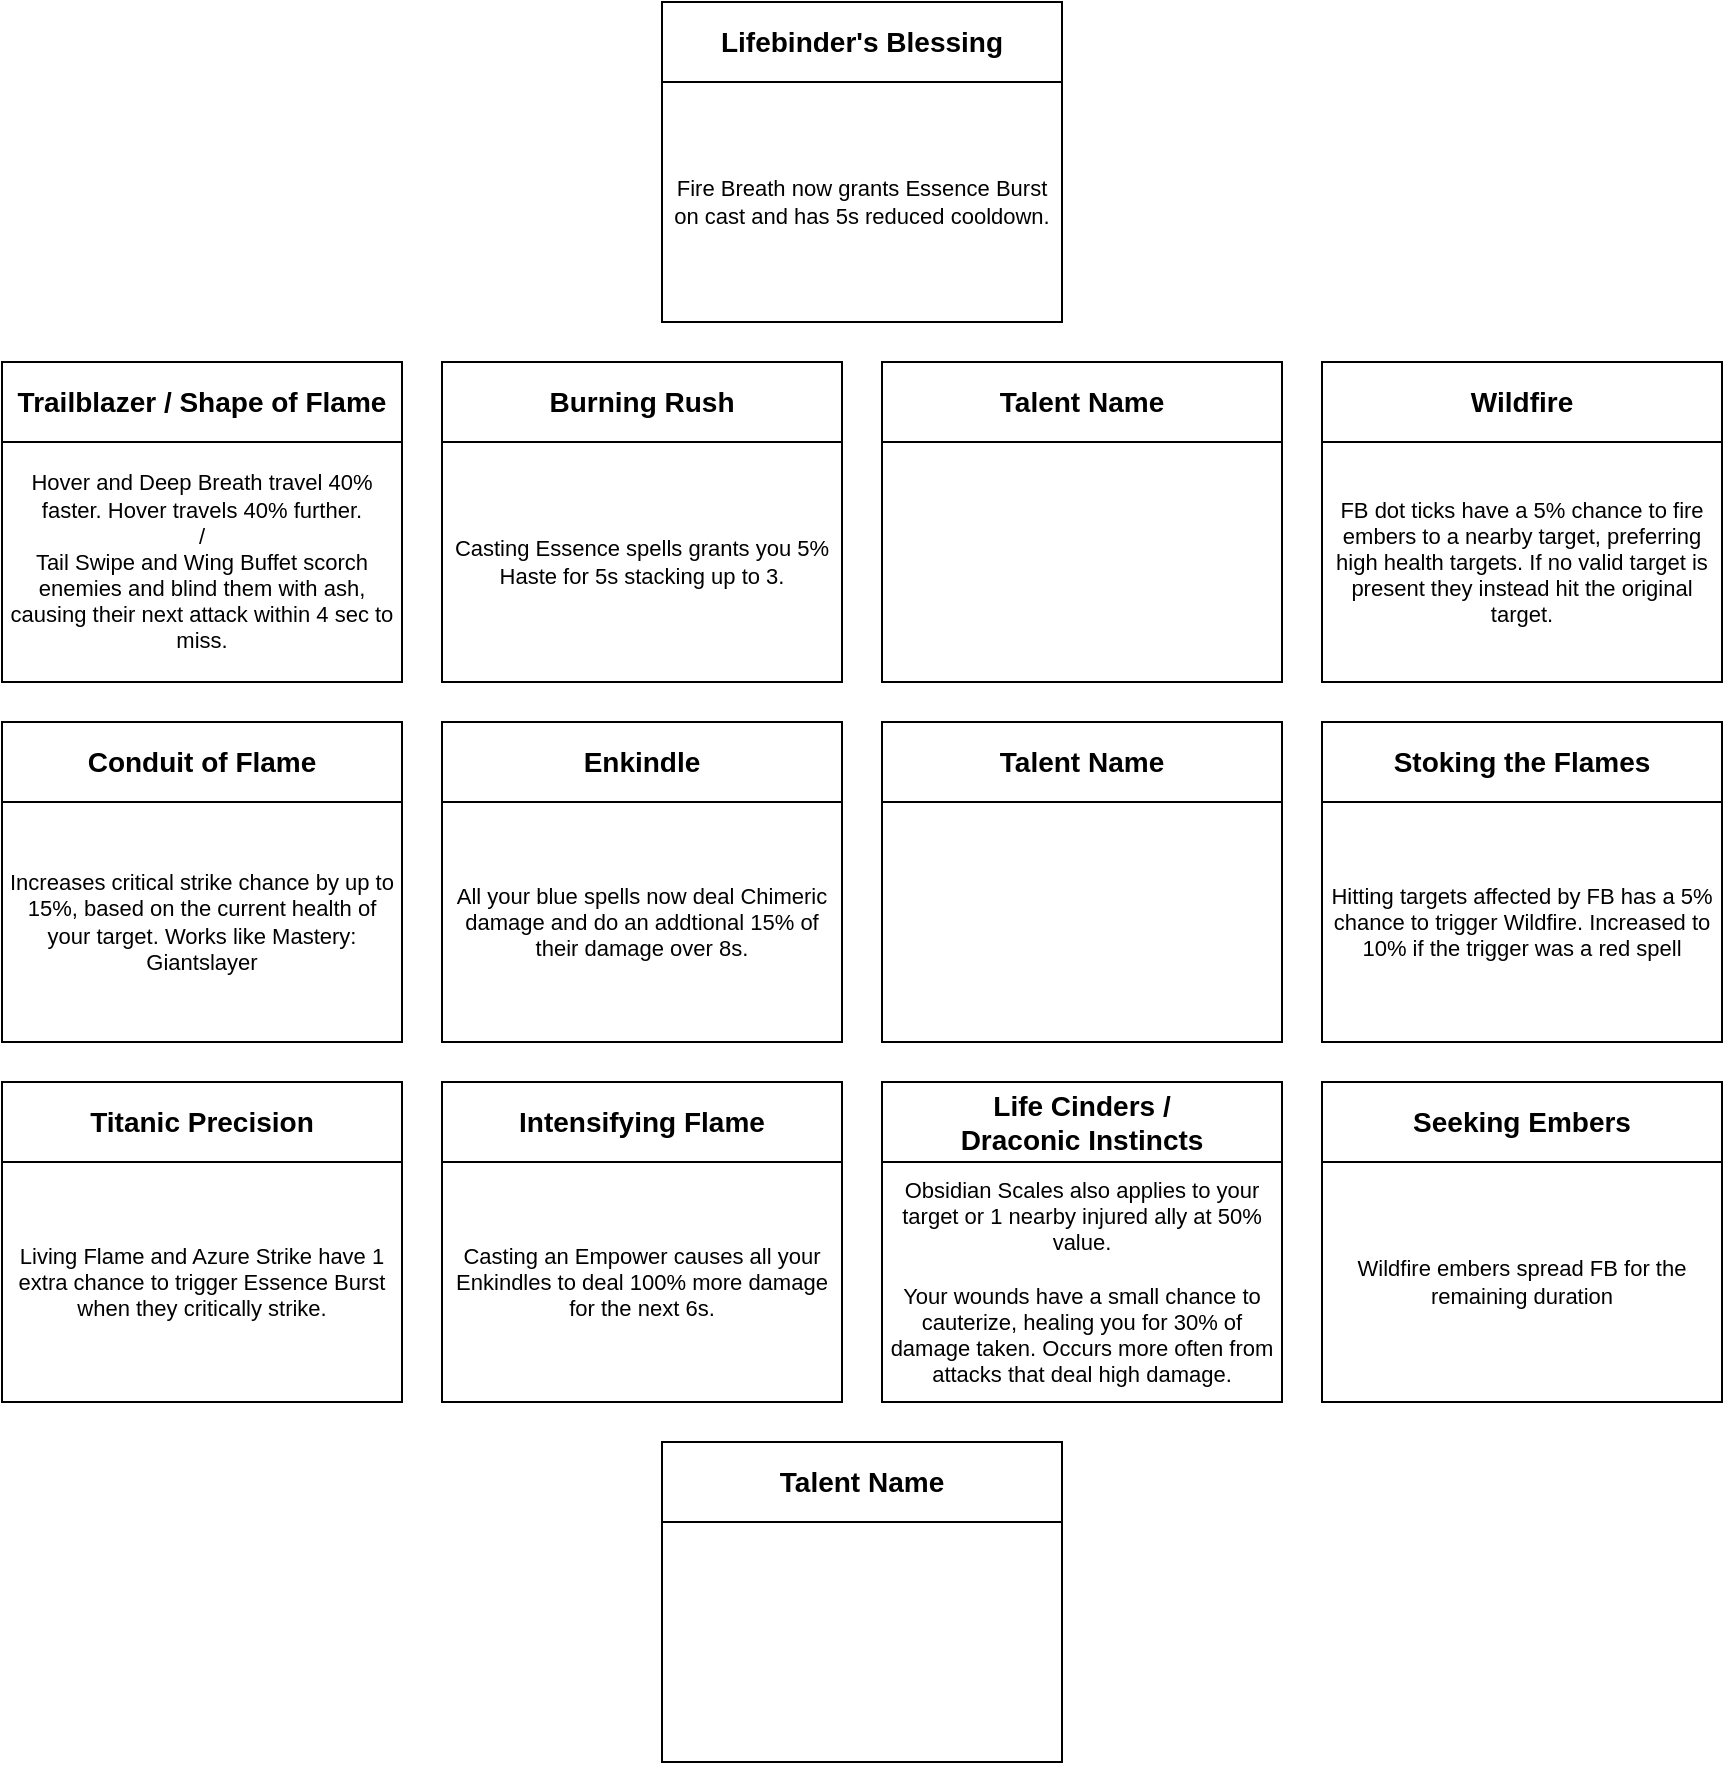
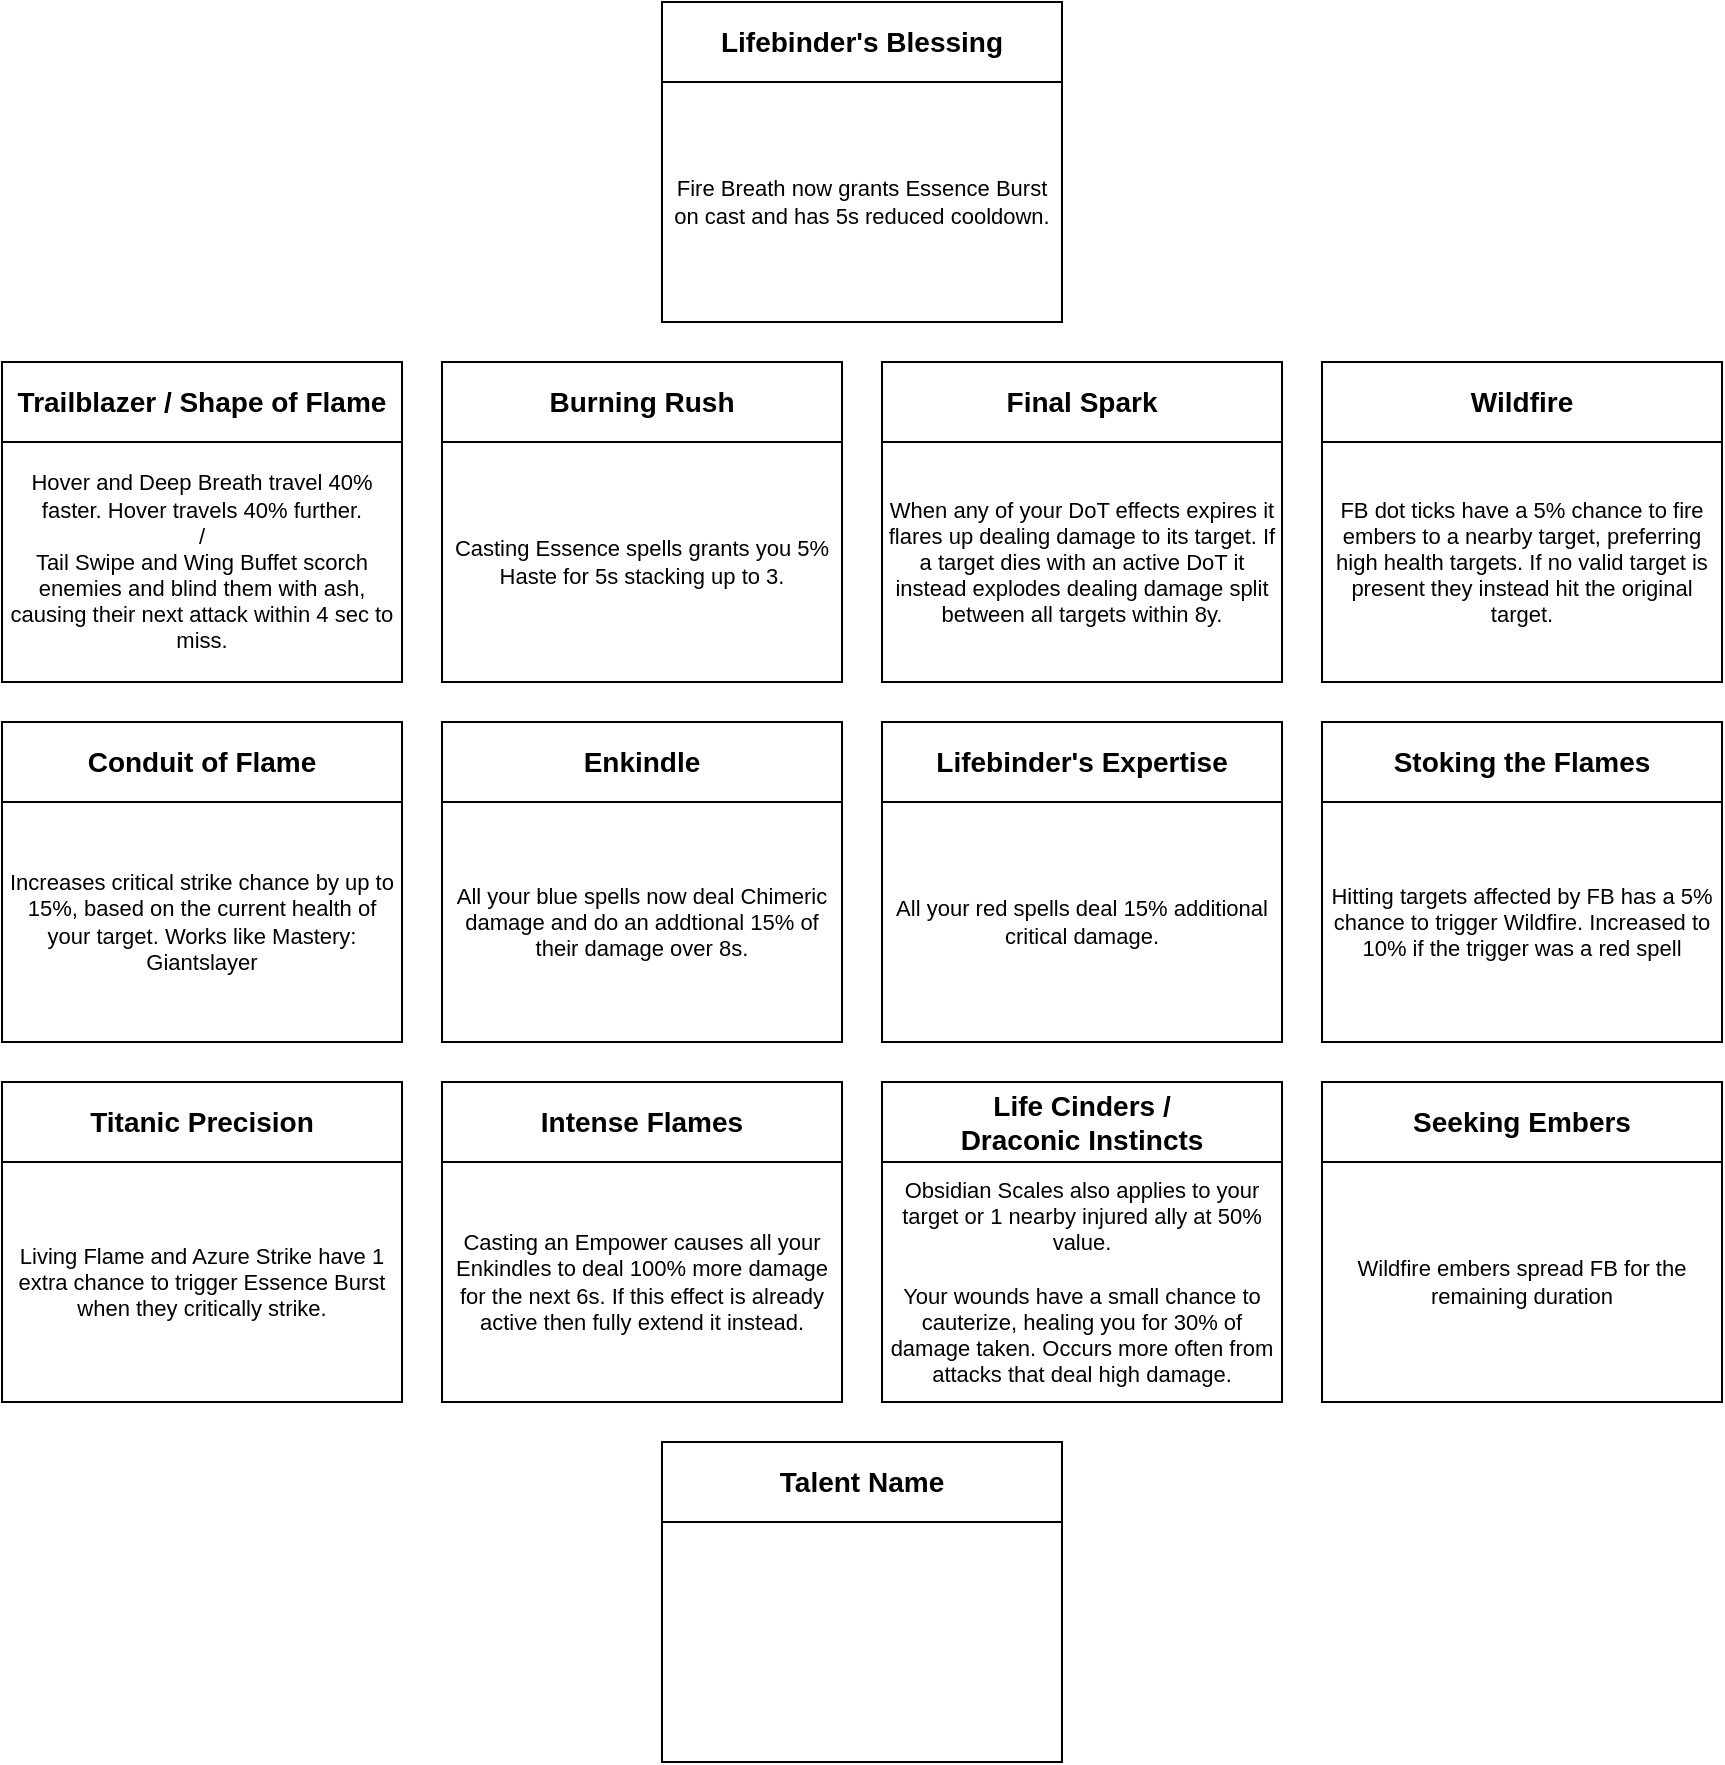
<mxfile host="app.diagrams.net" agent="Mozilla/5.0 (Windows NT 10.0; Win64; x64) AppleWebKit/537.36 (KHTML, like Gecko) Chrome/147.0.0.0 Safari/537.36 OPR/131.0.0.0" version="29.6.3">
  <diagram name="Page-1" id="7-C3C0MTsYJN3mklHAE3">
-     <mxGraphModel dx="1628" dy="898" grid="1" gridSize="10" guides="1" tooltips="1" connect="1" arrows="1" fold="1" page="1" pageScale="1" pageWidth="850" pageHeight="1100" math="0" shadow="0">
+     <mxGraphModel dx="1384" dy="763" grid="1" gridSize="10" guides="1" tooltips="1" connect="1" arrows="1" fold="1" page="1" pageScale="1" pageWidth="850" pageHeight="1100" math="0" shadow="0">
      <root>
        <mxCell id="0" />
        <mxCell id="1" parent="0" />
        <mxCell id="CbpXHZAzieputpjHQbmu-1" parent="1" style="rounded=0;whiteSpace=wrap;html=1;fontColor=light-dark(#000000,#00FF00);" value="&lt;b&gt;&lt;font style=&quot;font-size: 14px;&quot;&gt;Lifebinder&#39;s Blessing&lt;/font&gt;&lt;/b&gt;" vertex="1">
          <mxGeometry height="40" width="200" x="330" y="80" as="geometry" />
        </mxCell>
        <mxCell id="CbpXHZAzieputpjHQbmu-6" parent="1" style="rounded=0;whiteSpace=wrap;html=1;verticalAlign=middle;fontSize=11;fontStyle=0" value="Fire Breath now grants Essence Burst on cast and has 5s reduced cooldown." vertex="1">
          <mxGeometry height="120" width="200" x="330" y="120" as="geometry" />
        </mxCell>
        <mxCell id="CbpXHZAzieputpjHQbmu-7" parent="1" style="rounded=0;whiteSpace=wrap;html=1;fontColor=light-dark(#000000,#00FF00);" value="&lt;span style=&quot;font-size: 14px;&quot;&gt;&lt;b&gt;Enkindle&lt;/b&gt;&lt;/span&gt;" vertex="1">
          <mxGeometry height="40" width="200" x="220" y="440" as="geometry" />
        </mxCell>
        <mxCell id="CbpXHZAzieputpjHQbmu-8" parent="1" style="rounded=0;whiteSpace=wrap;html=1;fontSize=11;" value="All your blue spells now deal Chimeric damage and do an addtional 15% of their damage over 8s." vertex="1">
          <mxGeometry height="120" width="200" x="220" y="480" as="geometry" />
        </mxCell>
        <mxCell id="CbpXHZAzieputpjHQbmu-9" parent="1" style="rounded=0;whiteSpace=wrap;html=1;" value="&lt;b&gt;&lt;font style=&quot;font-size: 14px;&quot;&gt;Trailblazer / Shape of Flame&lt;/font&gt;&lt;/b&gt;" vertex="1">
          <mxGeometry height="40" width="200" y="260" as="geometry" />
        </mxCell>
        <mxCell id="CbpXHZAzieputpjHQbmu-10" parent="1" style="rounded=0;whiteSpace=wrap;html=1;fontSize=11;" value="Hover and Deep Breath travel 40% faster. Hover travels 40% further.&lt;div&gt;/&lt;/div&gt;&lt;div&gt;Tail Swipe and Wing Buffet scorch enemies and blind them with ash, causing their next attack within 4 sec to miss.&lt;/div&gt;" vertex="1">
          <mxGeometry height="120" width="200" y="300" as="geometry" />
        </mxCell>
        <mxCell id="CbpXHZAzieputpjHQbmu-11" parent="1" style="rounded=0;whiteSpace=wrap;html=1;fontColor=light-dark(#000000,#FF9933);" value="&lt;span style=&quot;font-size: 14px;&quot;&gt;&lt;b&gt;Conduit of Flame&lt;/b&gt;&lt;/span&gt;" vertex="1">
          <mxGeometry height="40" width="200" y="440" as="geometry" />
        </mxCell>
        <mxCell id="CbpXHZAzieputpjHQbmu-12" parent="1" style="rounded=0;whiteSpace=wrap;html=1;fontSize=11;" value="Increases critical strike chance by up to 15%, based on the current health of your target. Works like Mastery: Giantslayer" vertex="1">
          <mxGeometry height="120" width="200" y="480" as="geometry" />
        </mxCell>
        <mxCell id="CbpXHZAzieputpjHQbmu-14" parent="1" style="rounded=0;whiteSpace=wrap;html=1;" value="&lt;span style=&quot;font-size: 14px;&quot;&gt;&lt;b&gt;Titanic Precision&lt;/b&gt;&lt;/span&gt;" vertex="1">
          <mxGeometry height="40" width="200" y="620" as="geometry" />
        </mxCell>
        <mxCell id="CbpXHZAzieputpjHQbmu-15" parent="1" style="rounded=0;whiteSpace=wrap;html=1;fontSize=11;" value="&lt;div&gt;&lt;span style=&quot;background-color: transparent; color: light-dark(rgb(0, 0, 0), rgb(255, 255, 255));&quot;&gt;Living Flame and Azure Strike have 1 extra chance to trigger Essence Burst when they critically strike.&lt;/span&gt;&lt;/div&gt;" vertex="1">
          <mxGeometry height="120" width="200" y="660" as="geometry" />
        </mxCell>
        <mxCell id="CbpXHZAzieputpjHQbmu-16" parent="1" style="rounded=0;whiteSpace=wrap;html=1;fontColor=light-dark(#000000,#00FF00);" value="&lt;span style=&quot;font-size: 14px;&quot;&gt;&lt;b&gt;Burning Rush&lt;/b&gt;&lt;/span&gt;" vertex="1">
          <mxGeometry height="40" width="200" x="220" y="260" as="geometry" />
        </mxCell>
        <mxCell id="CbpXHZAzieputpjHQbmu-17" parent="1" style="rounded=0;whiteSpace=wrap;html=1;fontSize=11;" value="Casting Essence spells grants you 5% Haste for 5s stacking up to 3." vertex="1">
          <mxGeometry height="120" width="200" x="220" y="300" as="geometry" />
        </mxCell>
-         <mxCell id="CbpXHZAzieputpjHQbmu-18" parent="1" style="rounded=0;whiteSpace=wrap;html=1;fontColor=light-dark(#000000,#00FF00);" value="&lt;b style=&quot;font-size: 14px;&quot;&gt;Intensifying Flame&lt;/b&gt;" vertex="1">
+         <mxCell id="CbpXHZAzieputpjHQbmu-18" parent="1" style="rounded=0;whiteSpace=wrap;html=1;fontColor=light-dark(#000000,#00FF00);" value="&lt;b style=&quot;font-size: 14px;&quot;&gt;Intense Flames&lt;/b&gt;" vertex="1">
          <mxGeometry height="40" width="200" x="220" y="620" as="geometry" />
        </mxCell>
-         <mxCell id="CbpXHZAzieputpjHQbmu-19" parent="1" style="rounded=0;whiteSpace=wrap;html=1;fontSize=11;" value="Casting an Empower causes all your Enkindles to deal 100% more damage for the next 6s." vertex="1">
+         <mxCell id="CbpXHZAzieputpjHQbmu-19" parent="1" style="rounded=0;whiteSpace=wrap;html=1;fontSize=11;" value="Casting an Empower causes all your Enkindles to deal 100% more damage for the next 6s. If this effect is already active then fully extend it instead." vertex="1">
          <mxGeometry height="120" width="200" x="220" y="660" as="geometry" />
        </mxCell>
-         <mxCell id="CbpXHZAzieputpjHQbmu-20" parent="1" style="rounded=0;whiteSpace=wrap;html=1;fontColor=light-dark(#000000,#FFFFFF);" value="&lt;b style=&quot;font-size: 14px;&quot;&gt;Talent Name&lt;/b&gt;" vertex="1">
+         <mxCell id="CbpXHZAzieputpjHQbmu-20" parent="1" style="rounded=0;whiteSpace=wrap;html=1;fontColor=light-dark(#000000,#00FF00);" value="&lt;b style=&quot;font-size: 14px;&quot;&gt;Final Spark&lt;/b&gt;" vertex="1">
          <mxGeometry height="40" width="200" x="440" y="260" as="geometry" />
        </mxCell>
-         <mxCell id="CbpXHZAzieputpjHQbmu-21" parent="1" style="rounded=0;whiteSpace=wrap;html=1;fontSize=11;" value="" vertex="1">
+         <mxCell id="CbpXHZAzieputpjHQbmu-21" parent="1" style="rounded=0;whiteSpace=wrap;html=1;fontSize=11;" value="When any of your DoT effects expires it flares up dealing damage to its target. If a target dies with an active DoT it instead explodes dealing damage split between all targets within 8y." vertex="1">
          <mxGeometry height="120" width="200" x="440" y="300" as="geometry" />
        </mxCell>
-         <mxCell id="CbpXHZAzieputpjHQbmu-22" parent="1" style="rounded=0;whiteSpace=wrap;html=1;fontColor=light-dark(#000000,#FFFFFF);" value="&lt;b style=&quot;font-size: 14px;&quot;&gt;Talent Name&lt;/b&gt;" vertex="1">
+         <mxCell id="CbpXHZAzieputpjHQbmu-22" parent="1" style="rounded=0;whiteSpace=wrap;html=1;fontColor=light-dark(#000000,#00FF00);" value="&lt;span style=&quot;font-size: 14px;&quot;&gt;&lt;b&gt;Lifebinder&#39;s Expertise&lt;/b&gt;&lt;/span&gt;" vertex="1">
          <mxGeometry height="40" width="200" x="440" y="440" as="geometry" />
        </mxCell>
-         <mxCell id="CbpXHZAzieputpjHQbmu-23" parent="1" style="rounded=0;whiteSpace=wrap;html=1;fontSize=11;" value="" vertex="1">
+         <mxCell id="CbpXHZAzieputpjHQbmu-23" parent="1" style="rounded=0;whiteSpace=wrap;html=1;fontSize=11;" value="All your red spells deal 15% additional critical damage." vertex="1">
          <mxGeometry height="120" width="200" x="440" y="480" as="geometry" />
        </mxCell>
        <mxCell id="CbpXHZAzieputpjHQbmu-24" parent="1" style="rounded=0;whiteSpace=wrap;html=1;fontColor=light-dark(#000000,#FFFFFF);" value="&lt;b style=&quot;font-size: 14px;&quot;&gt;Life Cinders / &lt;br&gt;Draconic Instincts&lt;/b&gt;" vertex="1">
          <mxGeometry height="40" width="200" x="440" y="620" as="geometry" />
        </mxCell>
        <mxCell id="CbpXHZAzieputpjHQbmu-25" parent="1" style="rounded=0;whiteSpace=wrap;html=1;fontSize=11;" value="Obsidian Scales also applies to your target or 1 nearby injured ally at 50% value.&lt;div&gt;&lt;br&gt;&lt;div&gt;Your wounds have a small chance to cauterize, healing you for 30% of damage taken. Occurs more often from attacks that deal high damage.&lt;/div&gt;&lt;/div&gt;" vertex="1">
          <mxGeometry height="120" width="200" x="440" y="660" as="geometry" />
        </mxCell>
        <mxCell id="CbpXHZAzieputpjHQbmu-26" parent="1" style="rounded=0;whiteSpace=wrap;html=1;fontColor=light-dark(#000000,#00FF00);" value="&lt;b style=&quot;font-size: 14px;&quot;&gt;Wildfire&lt;/b&gt;" vertex="1">
          <mxGeometry height="40" width="200" x="660" y="260" as="geometry" />
        </mxCell>
        <mxCell id="CbpXHZAzieputpjHQbmu-27" parent="1" style="rounded=0;whiteSpace=wrap;html=1;fontSize=11;" value="FB dot ticks have a 5% chance to fire embers to a nearby target, preferring high health targets. If no valid target is present they instead hit the original target." vertex="1">
          <mxGeometry height="120" width="200" x="660" y="300" as="geometry" />
        </mxCell>
        <mxCell id="CbpXHZAzieputpjHQbmu-28" parent="1" style="rounded=0;whiteSpace=wrap;html=1;fontColor=light-dark(#000000,#00FF00);fontSize=14;" value="&lt;b&gt;Stoking the Flames&lt;/b&gt;" vertex="1">
          <mxGeometry height="40" width="200" x="660" y="440" as="geometry" />
        </mxCell>
        <mxCell id="CbpXHZAzieputpjHQbmu-29" parent="1" style="rounded=0;whiteSpace=wrap;html=1;fontSize=11;" value="Hitting targets affected by FB has a 5% chance to trigger Wildfire. Increased to 10% if the trigger was a red spell" vertex="1">
          <mxGeometry height="120" width="200" x="660" y="480" as="geometry" />
        </mxCell>
        <mxCell id="CbpXHZAzieputpjHQbmu-30" parent="1" style="rounded=0;whiteSpace=wrap;html=1;fontColor=light-dark(#000000,#00FF00);" value="&lt;b&gt;&lt;font style=&quot;font-size: 14px;&quot;&gt;Seeking Embers&lt;/font&gt;&lt;/b&gt;" vertex="1">
          <mxGeometry height="40" width="200" x="660" y="620" as="geometry" />
        </mxCell>
        <mxCell id="CbpXHZAzieputpjHQbmu-31" parent="1" style="rounded=0;whiteSpace=wrap;html=1;fontSize=11;" value="Wildfire embers spread FB for the remaining duration" vertex="1">
          <mxGeometry height="120" width="200" x="660" y="660" as="geometry" />
        </mxCell>
        <mxCell id="CbpXHZAzieputpjHQbmu-32" parent="1" style="rounded=0;whiteSpace=wrap;html=1;fontColor=light-dark(#000000,#FFFFFF);" value="&lt;b style=&quot;font-size: 14px;&quot;&gt;Talent Name&lt;/b&gt;" vertex="1">
          <mxGeometry height="40" width="200" x="330" y="800" as="geometry" />
        </mxCell>
        <mxCell id="CbpXHZAzieputpjHQbmu-33" parent="1" style="rounded=0;whiteSpace=wrap;html=1;verticalAlign=middle;fontSize=11;" value="" vertex="1">
          <mxGeometry height="120" width="200" x="330" y="840" as="geometry" />
        </mxCell>
      </root>
    </mxGraphModel>
  </diagram>
</mxfile>
